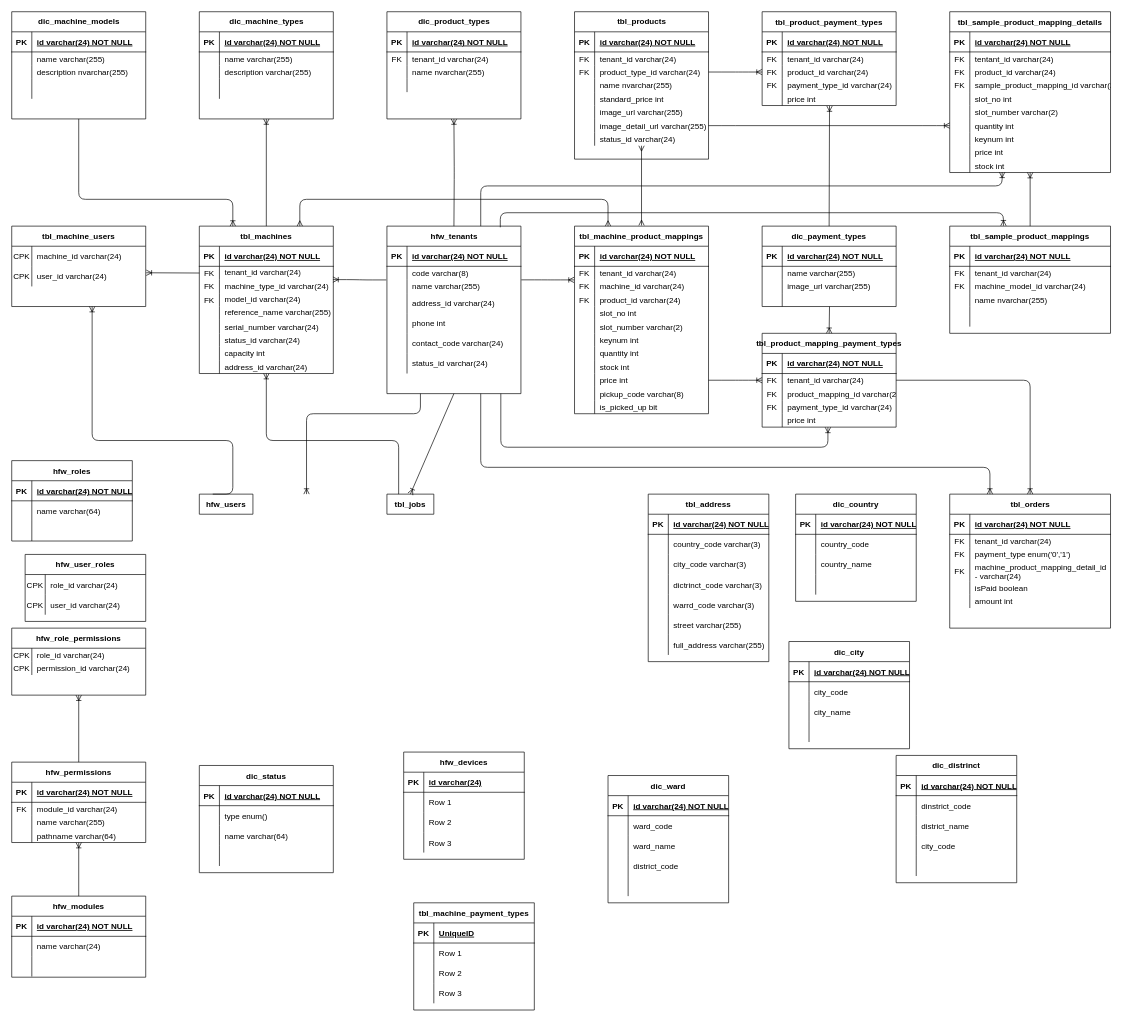
Above: page "Overall" (1 of 6) of Untitled Diagram.drawio in wardus3105/alphatest (draw.io), before the change. Source tidied: cells renumbered, new cells numbered last; positions are measured from the earlier drawing's top-left corner, leaving out a move shared by most shapes. Both pictures are drawn from the tidied source at 67%, with x=0, y=0 at pixel (11, 11).
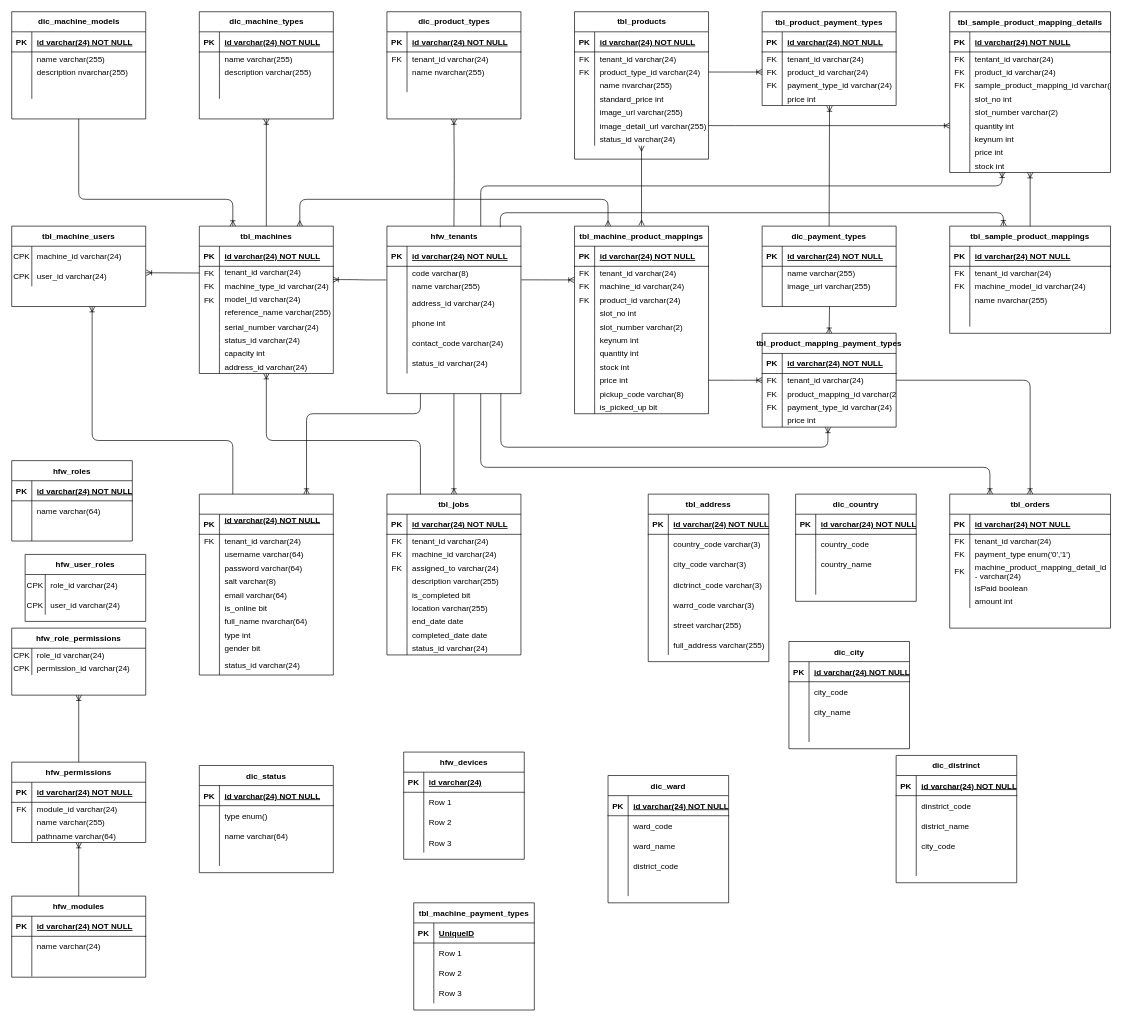
The same page after the edit.

Change to the diagram source:
```diff
@@
-    <mxCell id="231" value="hfw_users" style="shape=table;startSize=30;childLayout=tableLayout;rowLines=0;fontStyle=1;align=center;fillColor=none;" parent="1" vertex="1" collapsed="1">
-      <mxGeometry x="280" y="720" width="80" height="30" as="geometry" />
+    <mxCell id="231" value=" " style="shape=table;startSize=30;childLayout=tableLayout;rowLines=0;fontStyle=1;align=center;fillColor=none;" parent="1" vertex="1">
+      <mxGeometry x="280" y="720" width="200" height="270" as="geometry" />
     </mxCell>
+    <mxCell id="464" style="shape=partialRectangle;fillColor=none;top=0;left=0;bottom=1;right=0;" parent="231" vertex="1">
+      <mxGeometry y="30" width="200" height="30" as="geometry" />
+    </mxCell>
+    <mxCell id="465" value="PK" style="shape=partialRectangle;fillColor=none;top=0;left=0;bottom=0;right=0;fontStyle=1;overflow=hidden;" parent="464" vertex="1">
+      <mxGeometry width="30" height="30" as="geometry" />
+    </mxCell>
+    <mxCell id="466" value="id varchar(24) NOT NULL&#10;" style="shape=partialRectangle;fillColor=none;top=0;left=0;bottom=0;right=0;align=left;spacingLeft=6;fontStyle=5;overflow=hidden;" parent="464" vertex="1">
+      <mxGeometry x="30" width="170" height="30" as="geometry" />
+    </mxCell>
+    <mxCell id="467" style="shape=partialRectangle;fillColor=none;top=0;left=0;bottom=0;right=0;" parent="231" vertex="1">
+      <mxGeometry y="60" width="200" height="20" as="geometry" />
+    </mxCell>
+    <mxCell id="468" value="FK" style="shape=partialRectangle;fillColor=none;top=0;left=0;bottom=0;right=0;overflow=hidden;" parent="467" vertex="1">
+      <mxGeometry width="30" height="20" as="geometry" />
+    </mxCell>
+    <mxCell id="469" value="tenant_id varchar(24)" style="shape=partialRectangle;fillColor=none;top=0;left=0;bottom=0;right=0;align=left;spacingLeft=6;overflow=hidden;" parent="467" vertex="1">
+      <mxGeometry x="30" width="170" height="20" as="geometry" />
+    </mxCell>
+    <mxCell id="470" style="shape=partialRectangle;fillColor=none;top=0;left=0;bottom=0;right=0;" parent="231" vertex="1">
+      <mxGeometry y="80" width="200" height="20" as="geometry" />
+    </mxCell>
+    <mxCell id="471" style="shape=partialRectangle;fillColor=none;top=0;left=0;bottom=0;right=0;overflow=hidden;" parent="470" vertex="1">
+      <mxGeometry width="30" height="20" as="geometry" />
+    </mxCell>
+    <mxCell id="472" value="username varchar(64)" style="shape=partialRectangle;fillColor=none;top=0;left=0;bottom=0;right=0;align=left;spacingLeft=6;overflow=hidden;" parent="470" vertex="1">
+      <mxGeometry x="30" width="170" height="20" as="geometry" />
+    </mxCell>
+    <mxCell id="473" style="shape=partialRectangle;fillColor=none;top=0;left=0;bottom=0;right=0;" parent="231" vertex="1">
+      <mxGeometry y="100" width="200" height="20" as="geometry" />
+    </mxCell>
+    <mxCell id="474" style="shape=partialRectangle;fillColor=none;top=0;left=0;bottom=0;right=0;overflow=hidden;" parent="473" vertex="1">
+      <mxGeometry width="30" height="20" as="geometry" />
+    </mxCell>
+    <mxCell id="475" value="password varchar(64)" style="shape=partialRectangle;fillColor=none;top=0;left=0;bottom=0;right=0;align=left;spacingLeft=6;overflow=hidden;" parent="473" vertex="1">
+      <mxGeometry x="30" width="170" height="20" as="geometry" />
+    </mxCell>
+    <mxCell id="476" style="shape=partialRectangle;fillColor=none;top=0;left=0;bottom=0;right=0;" parent="231" vertex="1">
+      <mxGeometry y="120" width="200" height="20" as="geometry" />
+    </mxCell>
+    <mxCell id="477" style="shape=partialRectangle;fillColor=none;top=0;left=0;bottom=0;right=0;overflow=hidden;" parent="476" vertex="1">
+      <mxGeometry width="30" height="20" as="geometry" />
+    </mxCell>
+    <mxCell id="478" value="salt varchar(8)" style="shape=partialRectangle;fillColor=none;top=0;left=0;bottom=0;right=0;align=left;spacingLeft=6;overflow=hidden;" parent="476" vertex="1">
+      <mxGeometry x="30" width="170" height="20" as="geometry" />
+    </mxCell>
+    <mxCell id="479" style="shape=partialRectangle;fillColor=none;top=0;left=0;bottom=0;right=0;" parent="231" vertex="1">
+      <mxGeometry y="140" width="200" height="20" as="geometry" />
+    </mxCell>
+    <mxCell id="480" style="shape=partialRectangle;fillColor=none;top=0;left=0;bottom=0;right=0;overflow=hidden;" parent="479" vertex="1">
+      <mxGeometry width="30" height="20" as="geometry" />
+    </mxCell>
+    <mxCell id="481" value="email varchar(64)" style="shape=partialRectangle;fillColor=none;top=0;left=0;bottom=0;right=0;align=left;spacingLeft=6;overflow=hidden;" parent="479" vertex="1">
+      <mxGeometry x="30" width="170" height="20" as="geometry" />
+    </mxCell>
+    <mxCell id="482" style="shape=partialRectangle;fillColor=none;top=0;left=0;bottom=0;right=0;" parent="231" vertex="1">
+      <mxGeometry y="160" width="200" height="20" as="geometry" />
+    </mxCell>
+    <mxCell id="483" style="shape=partialRectangle;fillColor=none;top=0;left=0;bottom=0;right=0;overflow=hidden;" parent="482" vertex="1">
+      <mxGeometry width="30" height="20" as="geometry" />
+    </mxCell>
+    <mxCell id="484" value="is_online bit" style="shape=partialRectangle;fillColor=none;top=0;left=0;bottom=0;right=0;align=left;spacingLeft=6;overflow=hidden;" parent="482" vertex="1">
+      <mxGeometry x="30" width="170" height="20" as="geometry" />
+    </mxCell>
+    <mxCell id="485" style="shape=partialRectangle;fillColor=none;top=0;left=0;bottom=0;right=0;" parent="231" vertex="1">
+      <mxGeometry y="180" width="200" height="20" as="geometry" />
+    </mxCell>
+    <mxCell id="486" style="shape=partialRectangle;fillColor=none;top=0;left=0;bottom=0;right=0;overflow=hidden;" parent="485" vertex="1">
+      <mxGeometry width="30" height="20" as="geometry" />
+    </mxCell>
+    <mxCell id="487" value="full_name nvarchar(64)" style="shape=partialRectangle;fillColor=none;top=0;left=0;bottom=0;right=0;align=left;spacingLeft=6;overflow=hidden;" parent="485" vertex="1">
+      <mxGeometry x="30" width="170" height="20" as="geometry" />
+    </mxCell>
+    <mxCell id="488" style="shape=partialRectangle;fillColor=none;top=0;left=0;bottom=0;right=0;" parent="231" vertex="1">
+      <mxGeometry y="200" width="200" height="20" as="geometry" />
+    </mxCell>
+    <mxCell id="489" style="shape=partialRectangle;fillColor=none;top=0;left=0;bottom=0;right=0;overflow=hidden;" parent="488" vertex="1">
+      <mxGeometry width="30" height="20" as="geometry" />
+    </mxCell>
+    <mxCell id="490" value="type int" style="shape=partialRectangle;fillColor=none;top=0;left=0;bottom=0;right=0;align=left;spacingLeft=6;overflow=hidden;" parent="488" vertex="1">
+      <mxGeometry x="30" width="170" height="20" as="geometry" />
+    </mxCell>
+    <mxCell id="491" style="shape=partialRectangle;fillColor=none;top=0;left=0;bottom=0;right=0;" parent="231" vertex="1">
+      <mxGeometry y="220" width="200" height="20" as="geometry" />
+    </mxCell>
+    <mxCell id="492" style="shape=partialRectangle;fillColor=none;top=0;left=0;bottom=0;right=0;overflow=hidden;" parent="491" vertex="1">
+      <mxGeometry width="30" height="20" as="geometry" />
+    </mxCell>
+    <mxCell id="493" value="gender bit" style="shape=partialRectangle;fillColor=none;top=0;left=0;bottom=0;right=0;align=left;spacingLeft=6;overflow=hidden;" parent="491" vertex="1">
+      <mxGeometry x="30" width="170" height="20" as="geometry" />
+    </mxCell>
+    <mxCell id="494" style="shape=partialRectangle;fillColor=none;top=0;left=0;bottom=0;right=0;" parent="231" vertex="1">
+      <mxGeometry y="240" width="200" height="30" as="geometry" />
+    </mxCell>
+    <mxCell id="495" style="shape=partialRectangle;fillColor=none;top=0;left=0;bottom=0;right=0;overflow=hidden;" parent="494" vertex="1">
+      <mxGeometry width="30" height="30" as="geometry" />
+    </mxCell>
+    <mxCell id="496" value="status_id varchar(24)" style="shape=partialRectangle;fillColor=none;top=0;left=0;bottom=0;right=0;align=left;spacingLeft=6;overflow=hidden;" parent="494" vertex="1">
+      <mxGeometry x="30" width="170" height="30" as="geometry" />
+    </mxCell>
@@
-    <mxCell id="306" value="tbl_jobs" style="shape=table;startSize=30;childLayout=tableLayout;rowLines=0;fontStyle=1;align=center;" parent="1" vertex="1" collapsed="1">
-      <mxGeometry x="560" y="720" width="70" height="30" as="geometry" />
+    <mxCell id="306" value="tbl_jobs" style="shape=table;startSize=30;childLayout=tableLayout;rowLines=0;fontStyle=1;align=center;" parent="1" vertex="1">
+      <mxGeometry x="560" y="720" width="200" height="240" as="geometry" />
     </mxCell>
+    <mxCell id="497" style="shape=partialRectangle;fillColor=none;top=0;left=0;bottom=1;right=0;" parent="306" vertex="1">
+      <mxGeometry y="30" width="200" height="30" as="geometry" />
+    </mxCell>
+    <mxCell id="498" value="PK" style="shape=partialRectangle;fillColor=none;top=0;left=0;bottom=0;right=0;fontStyle=1;overflow=hidden;" parent="497" vertex="1">
+      <mxGeometry width="30" height="30" as="geometry" />
+    </mxCell>
+    <mxCell id="499" value="id varchar(24) NOT NULL" style="shape=partialRectangle;fillColor=none;top=0;left=0;bottom=0;right=0;align=left;spacingLeft=6;fontStyle=5;overflow=hidden;" parent="497" vertex="1">
+      <mxGeometry x="30" width="170" height="30" as="geometry" />
+    </mxCell>
+    <mxCell id="500" style="shape=partialRectangle;fillColor=none;top=0;left=0;bottom=0;right=0;" parent="306" vertex="1">
+      <mxGeometry y="60" width="200" height="20" as="geometry" />
+    </mxCell>
+    <mxCell id="501" value="FK" style="shape=partialRectangle;fillColor=none;top=0;left=0;bottom=0;right=0;overflow=hidden;" parent="500" vertex="1">
+      <mxGeometry width="30" height="20" as="geometry" />
+    </mxCell>
+    <mxCell id="502" value="tenant_id varchar(24)" style="shape=partialRectangle;fillColor=none;top=0;left=0;bottom=0;right=0;align=left;spacingLeft=6;overflow=hidden;" parent="500" vertex="1">
+      <mxGeometry x="30" width="170" height="20" as="geometry" />
+    </mxCell>
+    <mxCell id="503" style="shape=partialRectangle;fillColor=none;top=0;left=0;bottom=0;right=0;" parent="306" vertex="1">
+      <mxGeometry y="80" width="200" height="20" as="geometry" />
+    </mxCell>
+    <mxCell id="504" value="FK" style="shape=partialRectangle;fillColor=none;top=0;left=0;bottom=0;right=0;overflow=hidden;" parent="503" vertex="1">
+      <mxGeometry width="30" height="20" as="geometry" />
+    </mxCell>
+    <mxCell id="505" value="machine_id varchar(24)" style="shape=partialRectangle;fillColor=none;top=0;left=0;bottom=0;right=0;align=left;spacingLeft=6;overflow=hidden;" parent="503" vertex="1">
+      <mxGeometry x="30" width="170" height="20" as="geometry" />
+    </mxCell>
+    <mxCell id="506" style="shape=partialRectangle;fillColor=none;top=0;left=0;bottom=0;right=0;" parent="306" vertex="1">
+      <mxGeometry y="100" width="200" height="20" as="geometry" />
+    </mxCell>
+    <mxCell id="507" value="FK" style="shape=partialRectangle;fillColor=none;top=0;left=0;bottom=0;right=0;overflow=hidden;" parent="506" vertex="1">
+      <mxGeometry width="30" height="20" as="geometry" />
+    </mxCell>
+    <mxCell id="508" value="assigned_to varchar(24)" style="shape=partialRectangle;fillColor=none;top=0;left=0;bottom=0;right=0;align=left;spacingLeft=6;overflow=hidden;" parent="506" vertex="1">
+      <mxGeometry x="30" width="170" height="20" as="geometry" />
+    </mxCell>
+    <mxCell id="509" style="shape=partialRectangle;fillColor=none;top=0;left=0;bottom=0;right=0;" parent="306" vertex="1">
+      <mxGeometry y="120" width="200" height="20" as="geometry" />
+    </mxCell>
+    <mxCell id="510" style="shape=partialRectangle;fillColor=none;top=0;left=0;bottom=0;right=0;overflow=hidden;" parent="509" vertex="1">
+      <mxGeometry width="30" height="20" as="geometry" />
+    </mxCell>
+    <mxCell id="511" value="description varchar(255)" style="shape=partialRectangle;fillColor=none;top=0;left=0;bottom=0;right=0;align=left;spacingLeft=6;overflow=hidden;" parent="509" vertex="1">
+      <mxGeometry x="30" width="170" height="20" as="geometry" />
+    </mxCell>
+    <mxCell id="512" style="shape=partialRectangle;fillColor=none;top=0;left=0;bottom=0;right=0;" parent="306" vertex="1">
+      <mxGeometry y="140" width="200" height="20" as="geometry" />
+    </mxCell>
+    <mxCell id="513" style="shape=partialRectangle;fillColor=none;top=0;left=0;bottom=0;right=0;overflow=hidden;" parent="512" vertex="1">
+      <mxGeometry width="30" height="20" as="geometry" />
+    </mxCell>
+    <mxCell id="514" value="is_completed bit" style="shape=partialRectangle;fillColor=none;top=0;left=0;bottom=0;right=0;align=left;spacingLeft=6;overflow=hidden;" parent="512" vertex="1">
+      <mxGeometry x="30" width="170" height="20" as="geometry" />
+    </mxCell>
+    <mxCell id="515" style="shape=partialRectangle;fillColor=none;top=0;left=0;bottom=0;right=0;" parent="306" vertex="1">
+      <mxGeometry y="160" width="200" height="20" as="geometry" />
+    </mxCell>
+    <mxCell id="516" style="shape=partialRectangle;fillColor=none;top=0;left=0;bottom=0;right=0;overflow=hidden;" parent="515" vertex="1">
+      <mxGeometry width="30" height="20" as="geometry" />
+    </mxCell>
+    <mxCell id="517" value="location varchar(255)" style="shape=partialRectangle;fillColor=none;top=0;left=0;bottom=0;right=0;align=left;spacingLeft=6;overflow=hidden;" parent="515" vertex="1">
+      <mxGeometry x="30" width="170" height="20" as="geometry" />
+    </mxCell>
+    <mxCell id="518" style="shape=partialRectangle;fillColor=none;top=0;left=0;bottom=0;right=0;" parent="306" vertex="1">
+      <mxGeometry y="180" width="200" height="20" as="geometry" />
+    </mxCell>
+    <mxCell id="519" style="shape=partialRectangle;fillColor=none;top=0;left=0;bottom=0;right=0;overflow=hidden;" parent="518" vertex="1">
+      <mxGeometry width="30" height="20" as="geometry" />
+    </mxCell>
+    <mxCell id="520" value="end_date date" style="shape=partialRectangle;fillColor=none;top=0;left=0;bottom=0;right=0;align=left;spacingLeft=6;overflow=hidden;" parent="518" vertex="1">
+      <mxGeometry x="30" width="170" height="20" as="geometry" />
+    </mxCell>
+    <mxCell id="521" style="shape=partialRectangle;fillColor=none;top=0;left=0;bottom=0;right=0;" parent="306" vertex="1">
+      <mxGeometry y="200" width="200" height="20" as="geometry" />
+    </mxCell>
+    <mxCell id="522" style="shape=partialRectangle;fillColor=none;top=0;left=0;bottom=0;right=0;overflow=hidden;" parent="521" vertex="1">
+      <mxGeometry width="30" height="20" as="geometry" />
+    </mxCell>
+    <mxCell id="523" value="completed_date date" style="shape=partialRectangle;fillColor=none;top=0;left=0;bottom=0;right=0;align=left;spacingLeft=6;overflow=hidden;" parent="521" vertex="1">
+      <mxGeometry x="30" width="170" height="20" as="geometry" />
+    </mxCell>
+    <mxCell id="524" style="shape=partialRectangle;fillColor=none;top=0;left=0;bottom=0;right=0;" parent="306" vertex="1">
+      <mxGeometry y="220" width="200" height="20" as="geometry" />
+    </mxCell>
+    <mxCell id="525" style="shape=partialRectangle;fillColor=none;top=0;left=0;bottom=0;right=0;overflow=hidden;" parent="524" vertex="1">
+      <mxGeometry width="30" height="20" as="geometry" />
+    </mxCell>
+    <mxCell id="526" value="status_id varchar(24)" style="shape=partialRectangle;fillColor=none;top=0;left=0;bottom=0;right=0;align=left;spacingLeft=6;overflow=hidden;" parent="524" vertex="1">
+      <mxGeometry x="30" width="170" height="20" as="geometry" />
+    </mxCell>
```
